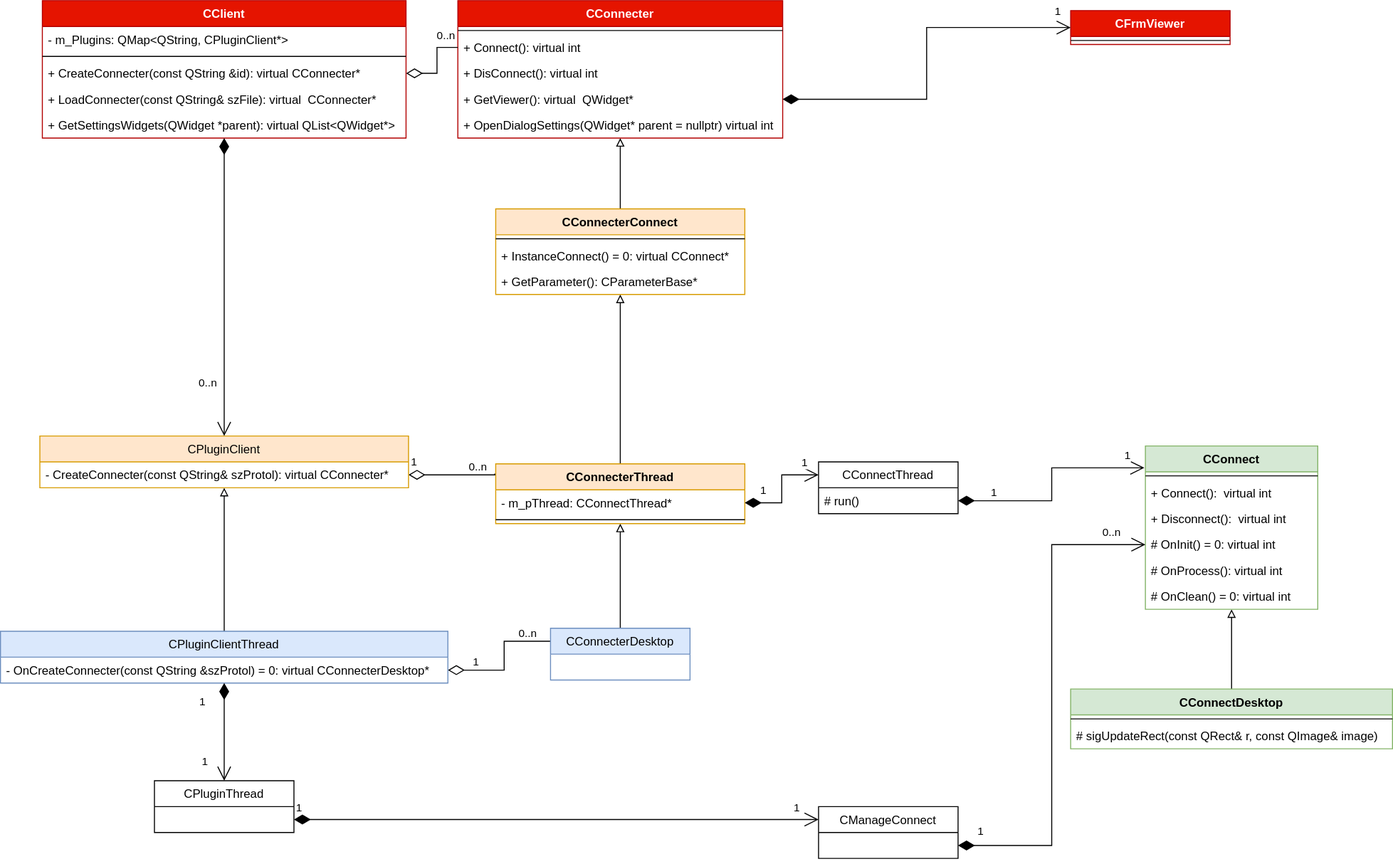
Earlier version of the draw.io export docs/Image/PluginClientAPI.svg (KangLin/RabbitRemoteControl). Source tidied: cells renumbered, new cells last; positions are measured from the earlier drawing's top-left corner, leaving out a move shared by most shapes.
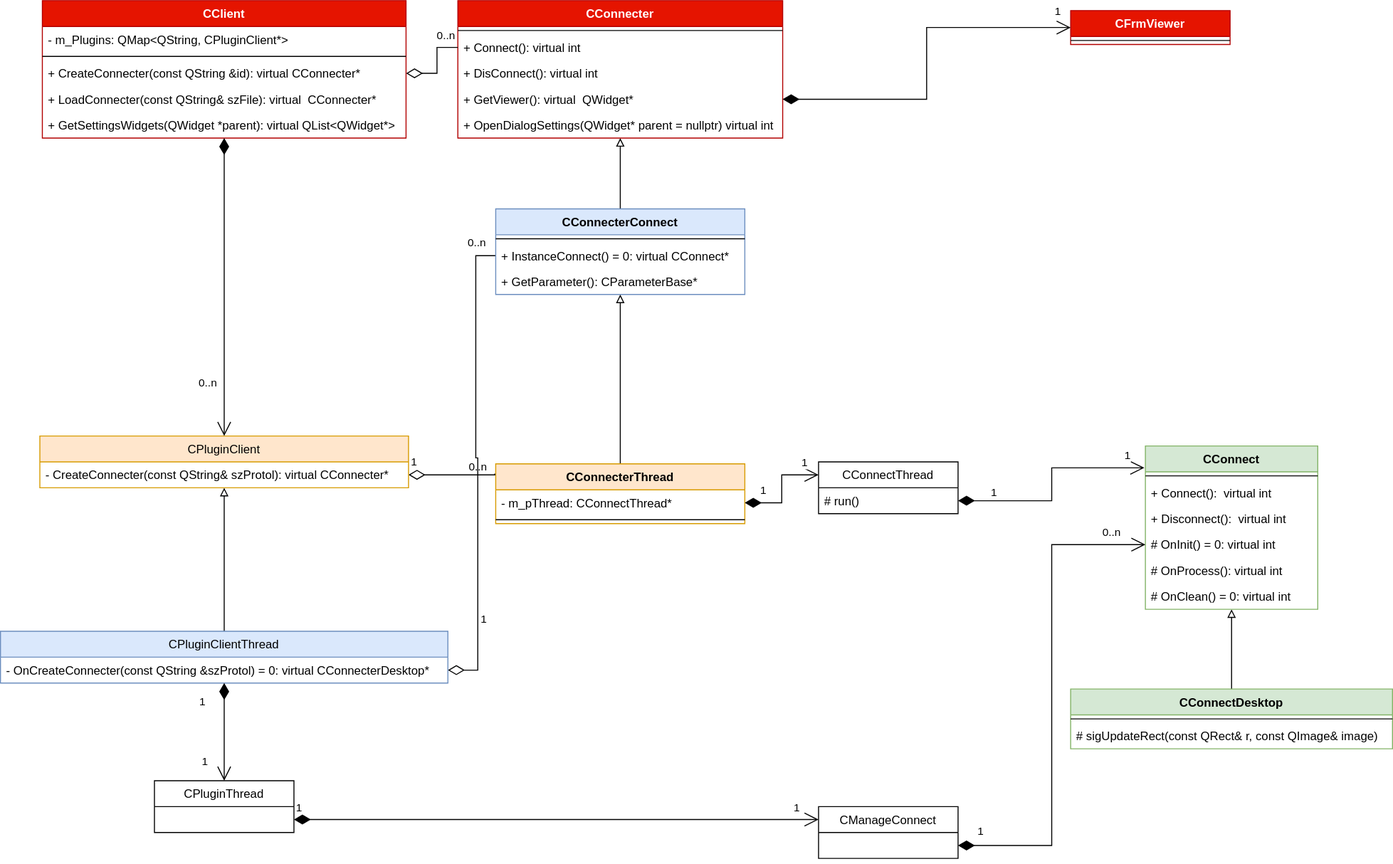
The same diagram one commit later.

The edit, as a diff of the source:
```diff
@@ -41,9 +41,6 @@
     <mxCell id="14" value="+ OpenDialogSettings(QWidget* parent = nullptr) virtual int" style="text;strokeColor=none;fillColor=none;align=left;verticalAlign=top;spacingLeft=4;spacingRight=4;overflow=hidden;" parent="9" vertex="1">
       <mxGeometry y="112" width="326" height="26" as="geometry" />
     </mxCell>
-    <mxCell id="15" style="edgeStyle=orthogonalEdgeStyle;rounded=0;jettySize=auto;html=1;entryX=0.5;entryY=0;entryDx=0;entryDy=0;startArrow=block;startFill=0;endArrow=none;endFill=0;" parent="1" edge="1" source="17" target="43">
-      <mxGeometry relative="1" as="geometry" />
-    </mxCell>
     <mxCell id="16" style="edgeStyle=orthogonalEdgeStyle;rounded=0;jettySize=auto;html=1;entryX=0.5;entryY=1;entryDx=0;entryDy=0;endArrow=block;endFill=0;startArrow=none;startFill=0;" parent="1" edge="1" source="17" target="66">
       <mxGeometry relative="1" as="geometry" />
     </mxCell>
@@ -118,7 +115,7 @@
     <mxCell id="37" value="# run()" style="text;strokeColor=none;fillColor=none;align=left;verticalAlign=top;spacingLeft=4;spacingRight=4;overflow=hidden;whiteSpace=wrap;html=1;" parent="36" vertex="1">
       <mxGeometry y="26" width="140" height="26" as="geometry" />
     </mxCell>
-    <mxCell id="38" style="edgeStyle=orthogonalEdgeStyle;rounded=0;jettySize=auto;html=1;entryX=0;entryY=0.25;entryDx=0;entryDy=0;startArrow=diamondThin;startFill=0;endArrow=none;endFill=0;exitX=1;exitY=0.5;exitDx=0;exitDy=0;startSize=14;endSize=12;" parent="1" edge="1" source="42" target="43">
+    <mxCell id="38" style="edgeStyle=orthogonalEdgeStyle;rounded=0;jettySize=auto;html=1;startArrow=diamondThin;startFill=0;endArrow=none;endFill=0;exitX=1;exitY=0.5;exitDx=0;exitDy=0;startSize=14;endSize=12;entryX=0;entryY=0.5;entryDx=0;entryDy=0;" parent="1" edge="1" source="42" target="68">
       <mxGeometry relative="1" as="geometry" />
     </mxCell>
     <mxCell id="39" value="1" style="edgeLabel;html=1;align=center;verticalAlign=middle;" parent="38" vertex="1">
@@ -128,7 +125,7 @@
     </mxCell>
     <mxCell id="40" value="0..n" style="edgeLabel;html=1;align=center;verticalAlign=middle;" parent="38" vertex="1">
       <mxGeometry x="0.8" relative="1" as="geometry">
-        <mxPoint x="-10" y="-9" as="offset" />
+        <mxPoint y="-39" as="offset" />
       </mxGeometry>
     </mxCell>
     <mxCell id="41" value="CPluginClientThread" style="swimlane;fontStyle=0;horizontal=1;startSize=26;fillColor=#dae8fc;strokeColor=#6c8ebf;" parent="1" vertex="1">
@@ -137,9 +134,6 @@
     <mxCell id="42" value="- OnCreateConnecter(const QString &amp;szProtol) = 0: virtual CConnecterDesktop* " style="text;strokeColor=none;fillColor=none;align=left;verticalAlign=top;spacingLeft=4;spacingRight=4;overflow=hidden;points=[[0,0.5],[1,0.5]];portConstraint=eastwest;" parent="41" vertex="1">
       <mxGeometry y="26" width="449" height="26" as="geometry" />
     </mxCell>
-    <mxCell id="43" value="CConnecterDesktop" style="swimlane;fontStyle=0;horizontal=1;startSize=26;fillColor=#dae8fc;strokeColor=#6c8ebf;" parent="1" vertex="1">
-      <mxGeometry x="552" y="630" width="140" height="52" as="geometry" />
-    </mxCell>
     <mxCell id="44" value="CPluginThread" style="swimlane;fontStyle=0;horizontal=1;startSize=26;fillColor=none;" parent="1" vertex="1">
       <mxGeometry x="154.5" y="783" width="140" height="52" as="geometry" />
     </mxCell>
@@ -224,7 +218,7 @@
     <mxCell id="65" value="# sigUpdateRect(const QRect&amp;amp; r, const QImage&amp;amp; image)" style="text;strokeColor=none;fillColor=none;align=left;verticalAlign=top;spacingLeft=4;spacingRight=4;overflow=hidden;whiteSpace=wrap;html=1;" parent="63" vertex="1">
       <mxGeometry y="34" width="323" height="26" as="geometry" />
     </mxCell>
-    <mxCell id="66" value="CConnecterConnect" style="swimlane;fontStyle=1;align=center;verticalAlign=top;horizontal=1;startSize=26;fillColor=#ffe6cc;strokeColor=#d79b00;" parent="1" vertex="1">
+    <mxCell id="66" value="CConnecterConnect" style="swimlane;fontStyle=1;align=center;verticalAlign=top;horizontal=1;startSize=26;fillColor=#dae8fc;strokeColor=#6c8ebf;" parent="1" vertex="1">
       <mxGeometry x="497" y="209" width="250" height="86" as="geometry" />
     </mxCell>
     <mxCell id="67" style="line;strokeWidth=1;fillColor=none;align=left;verticalAlign=middle;spacingTop=-1;spacingLeft=3;spacingRight=3;labelPosition=right;" parent="66" vertex="1">
```
